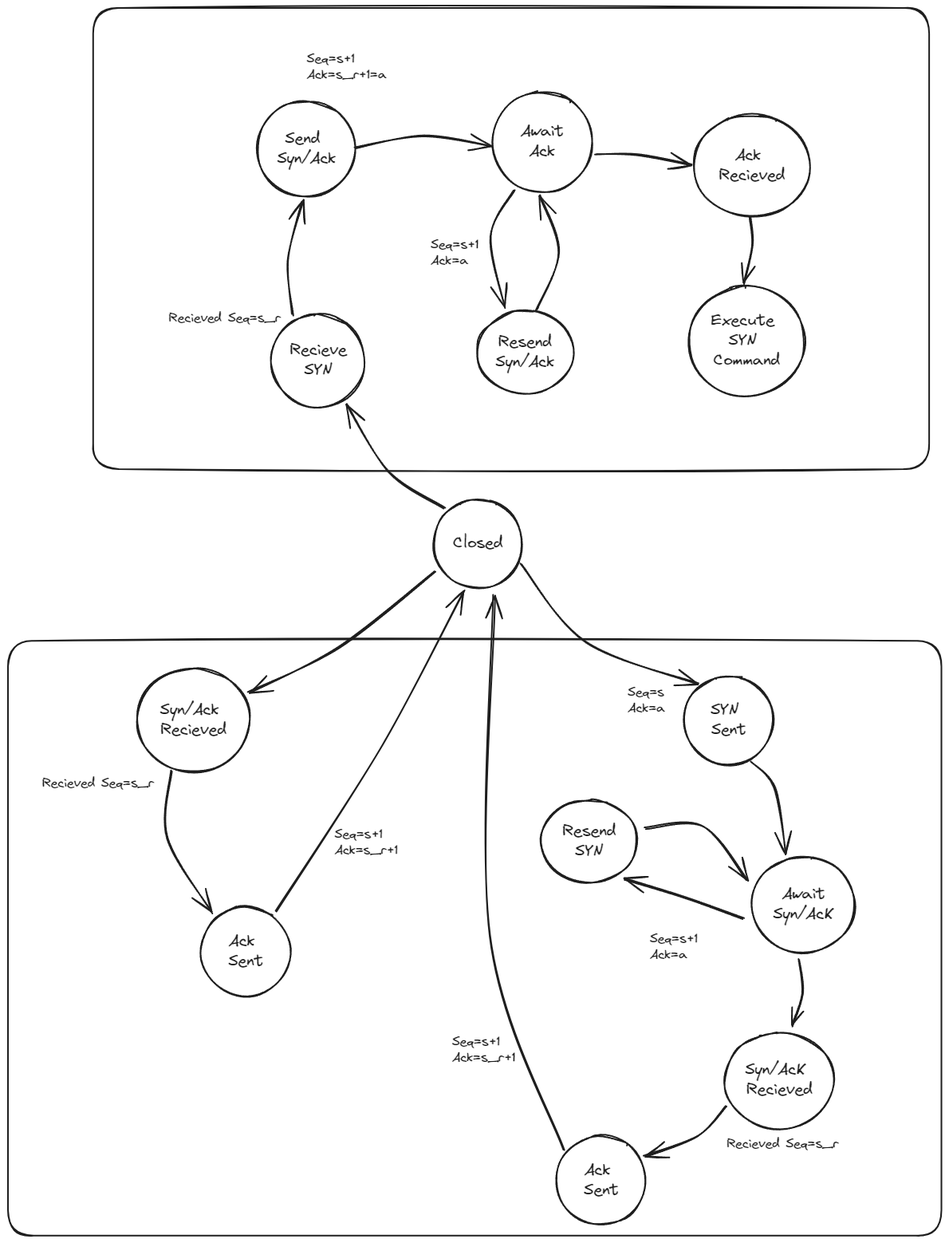
Above: Communication_Protocol/test/fsm.excalidraw.png in eiharun/SP25-20 (Excalidraw), before the change. Source tidied: one line per element, renumbered; positions are measured from the earlier drawing's top-left corner, leaving out a move shared by most shapes. Source of this version:
```json
{"id": 0, "type": "ellipse", "strokeColor": "#1e1e1e", "strokeWidth": 2, "roughness": 1, "round": true, "x": 533, "y": 616, "width": 112, "height": 112}
{"id": 1, "type": "text", "text": "Closed", "strokeColor": "#1e1e1e", "strokeWidth": 2, "roughness": 1, "fontSize": 20, "fontFamily": 1, "textAlign": "center", "verticalAlign": "middle", "inside": 0, "x": 558, "y": 659, "width": 62, "height": 25}
{"id": 2, "type": "ellipse", "strokeColor": "#1e1e1e", "strokeWidth": 2, "roughness": 1, "round": true, "x": 933, "y": 1064, "width": 129, "height": 120}
{"id": 3, "type": "text", "text": "Await\nSyn/AcK", "strokeColor": "#1e1e1e", "strokeWidth": 2, "roughness": 1, "fontSize": 20, "fontFamily": 1, "textAlign": "center", "verticalAlign": "middle", "inside": 2, "x": 959, "y": 1099, "width": 76, "height": 50}
{"id": 4, "type": "ellipse", "strokeColor": "#1e1e1e", "strokeWidth": 2, "roughness": 1, "round": true, "x": 848, "y": 837, "width": 112, "height": 112}
{"id": 5, "type": "text", "text": "SYN \nSent", "strokeColor": "#1e1e1e", "strokeWidth": 2, "roughness": 1, "fontSize": 20, "fontFamily": 1, "textAlign": "center", "verticalAlign": "middle", "inside": 4, "x": 881, "y": 868, "width": 45, "height": 50}
{"id": 6, "type": "ellipse", "strokeColor": "#1e1e1e", "strokeWidth": 2, "roughness": 1, "round": true, "x": 688, "y": 1414, "width": 112, "height": 112}
{"id": 7, "type": "text", "text": "Ack \nSent", "strokeColor": "#1e1e1e", "strokeWidth": 2, "roughness": 1, "fontSize": 20, "fontFamily": 1, "textAlign": "center", "verticalAlign": "middle", "inside": 6, "x": 722, "y": 1445, "width": 44, "height": 50}
{"id": 8, "type": "ellipse", "strokeColor": "#1e1e1e", "strokeWidth": 2, "roughness": 1, "round": true, "x": 668, "y": 992, "width": 121, "height": 104}
{"id": 9, "type": "text", "text": "Resend\nSYN", "strokeColor": "#1e1e1e", "strokeWidth": 2, "roughness": 1, "fontSize": 20, "fontFamily": 1, "textAlign": "center", "verticalAlign": "middle", "inside": 8, "x": 695, "y": 1020, "width": 67, "height": 50}
{"id": 10, "type": "arrow", "strokeColor": "#1e1e1e", "strokeWidth": 2, "roughness": 1, "endArrowhead": "arrow", "round": true, "from": 4, "to": 2, "x": 933, "y": 946, "width": 42, "height": 114, "points": [[0, 0], [29, 33], [42, 114]]}
{"id": 11, "type": "arrow", "strokeColor": "#1e1e1e", "strokeWidth": 2, "roughness": 1, "endArrowhead": "arrow", "round": true, "from": 2, "to": 8, "x": 922, "y": 1142, "width": 149, "height": 50, "points": [[0, 0], [-72, -27], [-149, -50]]}
{"id": 12, "type": "arrow", "strokeColor": "#1e1e1e", "strokeWidth": 2, "roughness": 1, "endArrowhead": "arrow", "round": true, "from": 8, "to": 2, "x": 799, "y": 1028, "width": 128, "height": 69, "points": [[0, 0], [72, -3], [128, 66]]}
{"id": 13, "type": "ellipse", "strokeColor": "#1e1e1e", "strokeWidth": 2, "roughness": 1, "round": true, "x": 899, "y": 1284, "width": 137, "height": 121}
{"id": 14, "type": "text", "text": "Syn/AcK \nRecieved", "strokeColor": "#1e1e1e", "strokeWidth": 2, "roughness": 1, "fontSize": 20, "fontFamily": 1, "textAlign": "center", "verticalAlign": "middle", "inside": 13, "x": 924, "y": 1319, "width": 86, "height": 50}
{"id": 15, "type": "arrow", "strokeColor": "#1e1e1e", "strokeWidth": 2, "roughness": 1, "endArrowhead": "arrow", "round": true, "from": 2, "to": 13, "x": 991, "y": 1193, "width": 14, "height": 83, "points": [[0, 0], [7, 41], [-8, 83]]}
{"id": 16, "type": "arrow", "strokeColor": "#1e1e1e", "strokeWidth": 2, "roughness": 1, "endArrowhead": "arrow", "round": true, "from": 13, "to": 6, "x": 900, "y": 1376, "width": 102, "height": 63, "points": [[0, 0], [-35, 39], [-102, 63]]}
{"id": 17, "type": "arrow", "strokeColor": "#1e1e1e", "strokeWidth": 2, "roughness": 1, "endArrowhead": "arrow", "round": true, "from": 0, "to": 4, "x": 644, "y": 697, "width": 221, "height": 149, "points": [[0, 0], [81, 98], [221, 149]]}
{"id": 18, "type": "arrow", "strokeColor": "#1e1e1e", "strokeWidth": 2, "roughness": 1, "endArrowhead": "arrow", "round": true, "from": 6, "to": 0, "x": 698, "y": 1431, "width": 94, "height": 695, "points": [[0, 0], [-94, -268], [-88, -695]]}
{"id": 19, "type": "ellipse", "strokeColor": "#1e1e1e", "strokeWidth": 2, "roughness": 1, "round": true, "x": 162, "y": 828, "width": 141, "height": 130}
{"id": 20, "type": "text", "text": "Syn/Ack \nRecieved", "strokeColor": "#1e1e1e", "strokeWidth": 2, "roughness": 1, "fontSize": 20, "fontFamily": 1, "textAlign": "center", "verticalAlign": "middle", "inside": 19, "x": 191, "y": 868, "width": 84, "height": 50}
{"id": 21, "type": "ellipse", "strokeColor": "#1e1e1e", "strokeWidth": 2, "roughness": 1, "round": true, "x": 242, "y": 1127, "width": 112, "height": 112}
{"id": 22, "type": "text", "text": "Ack \nSent", "strokeColor": "#1e1e1e", "strokeWidth": 2, "roughness": 1, "fontSize": 20, "fontFamily": 1, "textAlign": "center", "verticalAlign": "middle", "inside": 21, "x": 276, "y": 1158, "width": 44, "height": 50}
{"id": 23, "type": "arrow", "strokeColor": "#1e1e1e", "strokeWidth": 2, "roughness": 1, "endArrowhead": "arrow", "round": true, "from": 0, "to": 19, "x": 535, "y": 706, "width": 234, "height": 151, "points": [[0, 0], [-120, 95], [-234, 151]]}
{"id": 24, "type": "arrow", "strokeColor": "#1e1e1e", "strokeWidth": 2, "roughness": 1, "endArrowhead": "arrow", "round": true, "from": 19, "to": 21, "x": 205, "y": 957, "width": 57, "height": 178, "points": [[0, 0], [-5, 84], [52, 178]]}
{"id": 25, "type": "arrow", "strokeColor": "#1e1e1e", "strokeWidth": 2, "roughness": 1, "endArrowhead": "arrow", "round": true, "from": 21, "to": 0, "x": 336, "y": 1132, "width": 237, "height": 402, "points": [[0, 0], [133, -207], [237, -402]]}
{"id": 26, "type": "ellipse", "strokeColor": "#1e1e1e", "strokeWidth": 2, "roughness": 1, "round": true, "x": 330, "y": 384, "width": 117, "height": 117}
{"id": 27, "type": "text", "text": "Recieve\nSYN", "strokeColor": "#1e1e1e", "strokeWidth": 2, "roughness": 1, "fontSize": 20, "fontFamily": 1, "textAlign": "center", "verticalAlign": "middle", "inside": 26, "x": 353, "y": 417, "width": 71, "height": 50}
{"id": 28, "type": "arrow", "strokeColor": "#1e1e1e", "strokeWidth": 2, "roughness": 1, "endArrowhead": "arrow", "round": true, "from": 0, "to": 26, "x": 547, "y": 627, "width": 122, "height": 130, "points": [[0, 0], [-70, -45], [-122, -130]]}
{"id": 29, "type": "ellipse", "strokeColor": "#1e1e1e", "strokeWidth": 2, "roughness": 1, "round": true, "x": 313, "y": 117, "width": 122, "height": 120}
{"id": 30, "type": "text", "text": "Send \nSyn/Ack", "strokeColor": "#1e1e1e", "strokeWidth": 2, "roughness": 1, "fontSize": 20, "fontFamily": 1, "textAlign": "center", "verticalAlign": "middle", "inside": 29, "x": 337, "y": 152, "width": 74, "height": 50}
{"id": 31, "type": "ellipse", "strokeColor": "#1e1e1e", "strokeWidth": 2, "roughness": 1, "round": true, "x": 607, "y": 105, "width": 126, "height": 126}
{"id": 32, "type": "text", "text": "Await\nAck", "strokeColor": "#1e1e1e", "strokeWidth": 2, "roughness": 1, "fontSize": 20, "fontFamily": 1, "textAlign": "center", "verticalAlign": "middle", "inside": 31, "x": 642, "y": 143, "width": 54, "height": 50}
{"id": 33, "type": "ellipse", "strokeColor": "#1e1e1e", "strokeWidth": 2, "roughness": 1, "round": true, "x": 587, "y": 379, "width": 121, "height": 104}
{"id": 34, "type": "text", "text": "Resend\nSyn/Ack", "strokeColor": "#1e1e1e", "strokeWidth": 2, "roughness": 1, "fontSize": 20, "fontFamily": 1, "textAlign": "center", "verticalAlign": "middle", "inside": 33, "x": 611, "y": 407, "width": 74, "height": 50}
{"id": 35, "type": "arrow", "strokeColor": "#1e1e1e", "strokeWidth": 2, "roughness": 1, "endArrowhead": "arrow", "round": true, "from": 26, "to": 29, "x": 357, "y": 384, "width": 19, "height": 142, "points": [[0, 0], [-6, -69], [13, -142]]}
{"id": 36, "type": "arrow", "strokeColor": "#1e1e1e", "strokeWidth": 2, "roughness": 1, "endArrowhead": "arrow", "round": true, "from": 29, "to": 31, "x": 436, "y": 176, "width": 169, "height": 16, "points": [[0, 0], [84, -16], [169, -3]]}
{"id": 37, "type": "arrow", "strokeColor": "#1e1e1e", "strokeWidth": 2, "roughness": 1, "endArrowhead": "arrow", "round": true, "from": 31, "to": 33, "x": 635, "y": 227, "width": 29, "height": 148, "points": [[0, 0], [-29, 59], [-12, 148]]}
{"id": 38, "type": "arrow", "strokeColor": "#1e1e1e", "strokeWidth": 2, "roughness": 1, "endArrowhead": "arrow", "round": true, "from": 33, "to": 31, "x": 663, "y": 379, "width": 28, "height": 144, "points": [[0, 0], [28, -73], [5, -144]]}
{"id": 39, "type": "ellipse", "strokeColor": "#1e1e1e", "strokeWidth": 2, "roughness": 1, "round": true, "x": 859, "y": 134, "width": 146, "height": 127}
{"id": 40, "type": "text", "text": "Ack \nRecieved", "strokeColor": "#1e1e1e", "strokeWidth": 2, "roughness": 1, "fontSize": 20, "fontFamily": 1, "textAlign": "center", "verticalAlign": "middle", "inside": 39, "x": 892, "y": 173, "width": 83, "height": 50}
{"id": 41, "type": "ellipse", "strokeColor": "#1e1e1e", "strokeWidth": 2, "roughness": 1, "round": true, "x": 853, "y": 349, "width": 146, "height": 137}
{"id": 42, "type": "text", "text": "Execute \nSYN \nCommand", "strokeColor": "#1e1e1e", "strokeWidth": 2, "roughness": 1, "fontSize": 20, "fontFamily": 1, "textAlign": "center", "verticalAlign": "middle", "inside": 41, "x": 882, "y": 380, "width": 89, "height": 75}
{"id": 43, "type": "arrow", "strokeColor": "#1e1e1e", "strokeWidth": 2, "roughness": 1, "endArrowhead": "arrow", "round": true, "from": 31, "to": 39, "x": 736, "y": 183, "width": 120, "height": 14, "points": [[0, 0], [52, 1], [120, 14]]}
{"id": 44, "type": "arrow", "strokeColor": "#1e1e1e", "strokeWidth": 2, "roughness": 1, "endArrowhead": "arrow", "round": true, "from": 39, "to": 41, "x": 932, "y": 262, "width": 11, "height": 83, "points": [[0, 0], [2, 35], [-9, 83]]}
{"id": 45, "type": "text", "text": "Seq=s\nAck=a", "strokeColor": "#1e1e1e", "strokeWidth": 2, "roughness": 1, "fontSize": 16, "fontFamily": 1, "x": 777, "y": 849, "width": 47, "height": 40}
{"id": 46, "type": "text", "text": "Seq=s+1\nAck=a", "strokeColor": "#1e1e1e", "strokeWidth": 2, "roughness": 1, "fontSize": 16, "fontFamily": 1, "x": 805, "y": 1158, "width": 60, "height": 40}
{"id": 47, "type": "text", "text": "Seq=s+1\nAck=s_r+1", "strokeColor": "#1e1e1e", "strokeWidth": 2, "roughness": 1, "fontSize": 16, "fontFamily": 1, "x": 557, "y": 1287, "width": 79, "height": 40}
{"id": 48, "type": "text", "text": "Recieved Seq=s_r", "strokeColor": "#1e1e1e", "strokeWidth": 2, "roughness": 1, "fontSize": 16, "fontFamily": 1, "x": 901, "y": 1415, "width": 140, "height": 20}
{"id": 49, "type": "text", "text": "Recieved Seq=s_r", "strokeColor": "#1e1e1e", "strokeWidth": 2, "roughness": 1, "fontSize": 16, "fontFamily": 1, "x": 43, "y": 963, "width": 140, "height": 20}
{"id": 50, "type": "text", "text": "Seq=s+1\nAck=s_r+1", "strokeColor": "#1e1e1e", "strokeWidth": 2, "roughness": 1, "fontSize": 16, "fontFamily": 1, "x": 409, "y": 1027, "width": 79, "height": 40}
{"id": 51, "type": "text", "text": "Recieved Seq=s_r", "strokeColor": "#1e1e1e", "strokeWidth": 2, "roughness": 1, "fontSize": 16, "fontFamily": 1, "x": 202, "y": 380, "width": 140, "height": 20}
{"id": 52, "type": "text", "text": "Seq=s+1\nAck=s_r+1=a", "strokeColor": "#1e1e1e", "strokeWidth": 2, "roughness": 1, "fontSize": 16, "fontFamily": 1, "x": 375, "y": 55, "width": 100, "height": 40}
{"id": 53, "type": "text", "text": "Seq=s+1\nAck=a", "strokeColor": "#1e1e1e", "strokeWidth": 2, "roughness": 1, "fontSize": 16, "fontFamily": 1, "x": 530, "y": 288, "width": 60, "height": 40}
{"id": 54, "type": "rectangle", "strokeColor": "#1e1e1e", "strokeWidth": 2, "roughness": 1, "round": true, "x": 107, "y": 0, "width": 1048, "height": 578}
{"id": 55, "type": "rectangle", "strokeColor": "#1e1e1e", "strokeWidth": 2, "roughness": 1, "round": true, "x": 0, "y": 793, "width": 1170, "height": 746}
```
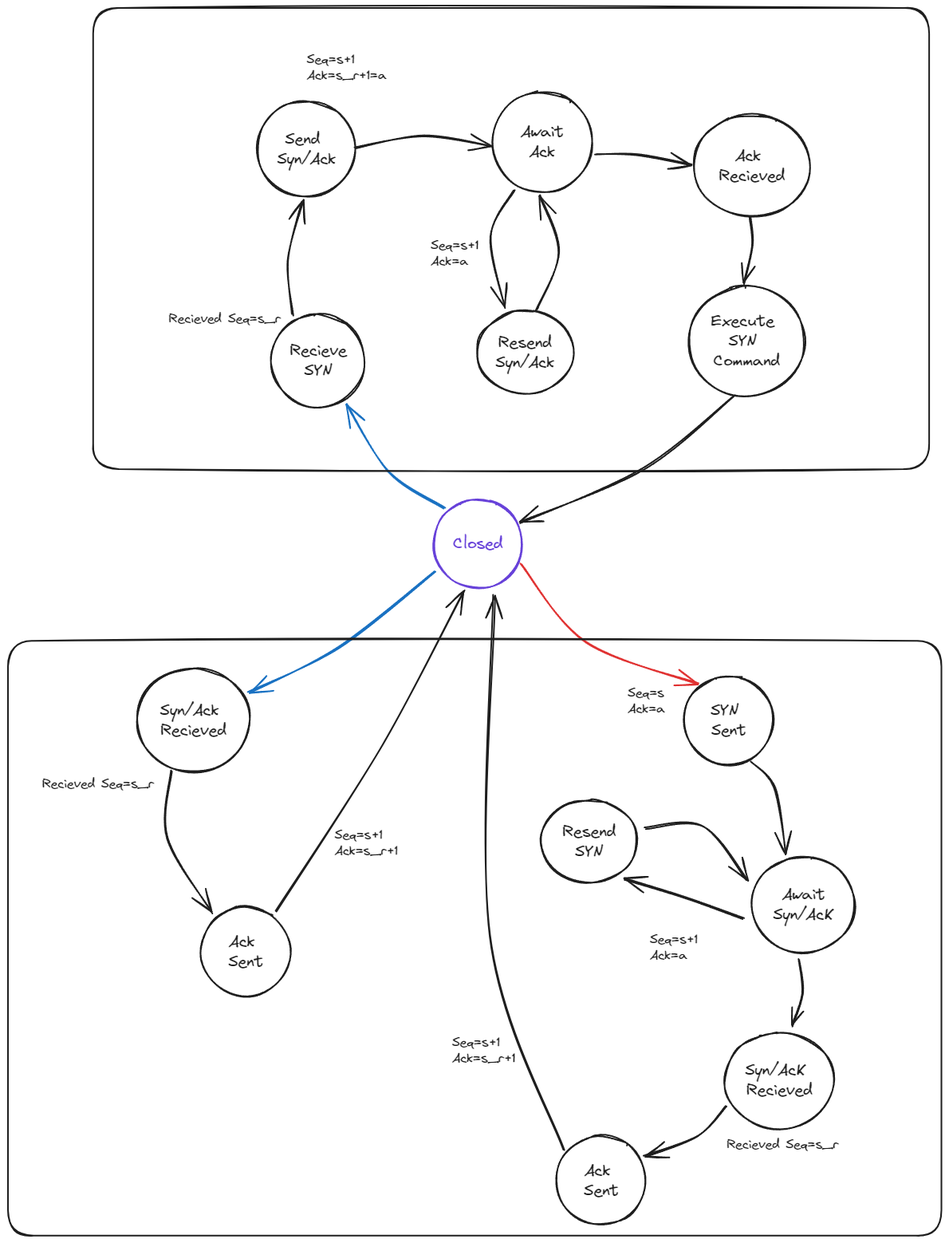
After the change.

Diff of the diagram source:
```diff
@@ -1,5 +1,5 @@
-{"id": 0, "type": "ellipse", "strokeColor": "#1e1e1e", "strokeWidth": 2, "roughness": 1, "round": true, "x": 533, "y": 616, "width": 112, "height": 112}
+{"id": 0, "type": "ellipse", "strokeColor": "#6741d9", "strokeWidth": 2, "roughness": 1, "round": true, "x": 533, "y": 616, "width": 112, "height": 112}
-{"id": 1, "type": "text", "text": "Closed", "strokeColor": "#1e1e1e", "strokeWidth": 2, "roughness": 1, "fontSize": 20, "fontFamily": 1, "textAlign": "center", "verticalAlign": "middle", "inside": 0, "x": 558, "y": 659, "width": 62, "height": 25}
+{"id": 1, "type": "text", "text": "Closed", "strokeColor": "#6741d9", "strokeWidth": 2, "roughness": 1, "fontSize": 20, "fontFamily": 1, "textAlign": "center", "verticalAlign": "middle", "inside": 0, "x": 558, "y": 659, "width": 62, "height": 25}
 {"id": 2, "type": "ellipse", "strokeColor": "#1e1e1e", "strokeWidth": 2, "roughness": 1, "round": true, "x": 933, "y": 1064, "width": 129, "height": 120}
 {"id": 3, "type": "text", "text": "Await\nSyn/AcK", "strokeColor": "#1e1e1e", "strokeWidth": 2, "roughness": 1, "fontSize": 20, "fontFamily": 1, "textAlign": "center", "verticalAlign": "middle", "inside": 2, "x": 959, "y": 1099, "width": 76, "height": 50}
 {"id": 4, "type": "ellipse", "strokeColor": "#1e1e1e", "strokeWidth": 2, "roughness": 1, "round": true, "x": 848, "y": 837, "width": 112, "height": 112}
@@ -15,18 +15,18 @@
 {"id": 14, "type": "text", "text": "Syn/AcK \nRecieved", "strokeColor": "#1e1e1e", "strokeWidth": 2, "roughness": 1, "fontSize": 20, "fontFamily": 1, "textAlign": "center", "verticalAlign": "middle", "inside": 13, "x": 924, "y": 1319, "width": 86, "height": 50}
 {"id": 15, "type": "arrow", "strokeColor": "#1e1e1e", "strokeWidth": 2, "roughness": 1, "endArrowhead": "arrow", "round": true, "from": 2, "to": 13, "x": 991, "y": 1193, "width": 14, "height": 83, "points": [[0, 0], [7, 41], [-8, 83]]}
 {"id": 16, "type": "arrow", "strokeColor": "#1e1e1e", "strokeWidth": 2, "roughness": 1, "endArrowhead": "arrow", "round": true, "from": 13, "to": 6, "x": 900, "y": 1376, "width": 102, "height": 63, "points": [[0, 0], [-35, 39], [-102, 63]]}
-{"id": 17, "type": "arrow", "strokeColor": "#1e1e1e", "strokeWidth": 2, "roughness": 1, "endArrowhead": "arrow", "round": true, "from": 0, "to": 4, "x": 644, "y": 697, "width": 221, "height": 149, "points": [[0, 0], [81, 98], [221, 149]]}
+{"id": 17, "type": "arrow", "strokeColor": "#e03131", "strokeWidth": 2, "roughness": 1, "endArrowhead": "arrow", "round": true, "from": 0, "to": 4, "x": 644, "y": 697, "width": 221, "height": 149, "points": [[0, 0], [81, 98], [221, 149]]}
 {"id": 18, "type": "arrow", "strokeColor": "#1e1e1e", "strokeWidth": 2, "roughness": 1, "endArrowhead": "arrow", "round": true, "from": 6, "to": 0, "x": 698, "y": 1431, "width": 94, "height": 695, "points": [[0, 0], [-94, -268], [-88, -695]]}
 {"id": 19, "type": "ellipse", "strokeColor": "#1e1e1e", "strokeWidth": 2, "roughness": 1, "round": true, "x": 162, "y": 828, "width": 141, "height": 130}
 {"id": 20, "type": "text", "text": "Syn/Ack \nRecieved", "strokeColor": "#1e1e1e", "strokeWidth": 2, "roughness": 1, "fontSize": 20, "fontFamily": 1, "textAlign": "center", "verticalAlign": "middle", "inside": 19, "x": 191, "y": 868, "width": 84, "height": 50}
 {"id": 21, "type": "ellipse", "strokeColor": "#1e1e1e", "strokeWidth": 2, "roughness": 1, "round": true, "x": 242, "y": 1127, "width": 112, "height": 112}
 {"id": 22, "type": "text", "text": "Ack \nSent", "strokeColor": "#1e1e1e", "strokeWidth": 2, "roughness": 1, "fontSize": 20, "fontFamily": 1, "textAlign": "center", "verticalAlign": "middle", "inside": 21, "x": 276, "y": 1158, "width": 44, "height": 50}
-{"id": 23, "type": "arrow", "strokeColor": "#1e1e1e", "strokeWidth": 2, "roughness": 1, "endArrowhead": "arrow", "round": true, "from": 0, "to": 19, "x": 535, "y": 706, "width": 234, "height": 151, "points": [[0, 0], [-120, 95], [-234, 151]]}
+{"id": 23, "type": "arrow", "strokeColor": "#1971c2", "strokeWidth": 2, "roughness": 1, "endArrowhead": "arrow", "round": true, "from": 0, "to": 19, "x": 535, "y": 706, "width": 234, "height": 151, "points": [[0, 0], [-120, 95], [-234, 151]]}
 {"id": 24, "type": "arrow", "strokeColor": "#1e1e1e", "strokeWidth": 2, "roughness": 1, "endArrowhead": "arrow", "round": true, "from": 19, "to": 21, "x": 205, "y": 957, "width": 57, "height": 178, "points": [[0, 0], [-5, 84], [52, 178]]}
 {"id": 25, "type": "arrow", "strokeColor": "#1e1e1e", "strokeWidth": 2, "roughness": 1, "endArrowhead": "arrow", "round": true, "from": 21, "to": 0, "x": 336, "y": 1132, "width": 237, "height": 402, "points": [[0, 0], [133, -207], [237, -402]]}
 {"id": 26, "type": "ellipse", "strokeColor": "#1e1e1e", "strokeWidth": 2, "roughness": 1, "round": true, "x": 330, "y": 384, "width": 117, "height": 117}
 {"id": 27, "type": "text", "text": "Recieve\nSYN", "strokeColor": "#1e1e1e", "strokeWidth": 2, "roughness": 1, "fontSize": 20, "fontFamily": 1, "textAlign": "center", "verticalAlign": "middle", "inside": 26, "x": 353, "y": 417, "width": 71, "height": 50}
-{"id": 28, "type": "arrow", "strokeColor": "#1e1e1e", "strokeWidth": 2, "roughness": 1, "endArrowhead": "arrow", "round": true, "from": 0, "to": 26, "x": 547, "y": 627, "width": 122, "height": 130, "points": [[0, 0], [-70, -45], [-122, -130]]}
+{"id": 28, "type": "arrow", "strokeColor": "#1971c2", "strokeWidth": 2, "roughness": 1, "endArrowhead": "arrow", "round": true, "from": 0, "to": 26, "x": 547, "y": 627, "width": 122, "height": 130, "points": [[0, 0], [-70, -45], [-122, -130]]}
 {"id": 29, "type": "ellipse", "strokeColor": "#1e1e1e", "strokeWidth": 2, "roughness": 1, "round": true, "x": 313, "y": 117, "width": 122, "height": 120}
 {"id": 30, "type": "text", "text": "Send \nSyn/Ack", "strokeColor": "#1e1e1e", "strokeWidth": 2, "roughness": 1, "fontSize": 20, "fontFamily": 1, "textAlign": "center", "verticalAlign": "middle", "inside": 29, "x": 337, "y": 152, "width": 74, "height": 50}
 {"id": 31, "type": "ellipse", "strokeColor": "#1e1e1e", "strokeWidth": 2, "roughness": 1, "round": true, "x": 607, "y": 105, "width": 126, "height": 126}
@@ -54,3 +54,4 @@
 {"id": 53, "type": "text", "text": "Seq=s+1\nAck=a", "strokeColor": "#1e1e1e", "strokeWidth": 2, "roughness": 1, "fontSize": 16, "fontFamily": 1, "x": 530, "y": 288, "width": 60, "height": 40}
 {"id": 54, "type": "rectangle", "strokeColor": "#1e1e1e", "strokeWidth": 2, "roughness": 1, "round": true, "x": 107, "y": 0, "width": 1048, "height": 578}
 {"id": 55, "type": "rectangle", "strokeColor": "#1e1e1e", "strokeWidth": 2, "roughness": 1, "round": true, "x": 0, "y": 793, "width": 1170, "height": 746}
+{"id": 56, "type": "arrow", "strokeColor": "#1e1e1e", "strokeWidth": 2, "roughness": 1, "endArrowhead": "arrow", "round": true, "from": 41, "to": 0, "x": 911, "y": 486, "width": 270, "height": 159, "points": [[0, 0], [-114, 91], [-270, 159]]}
```
